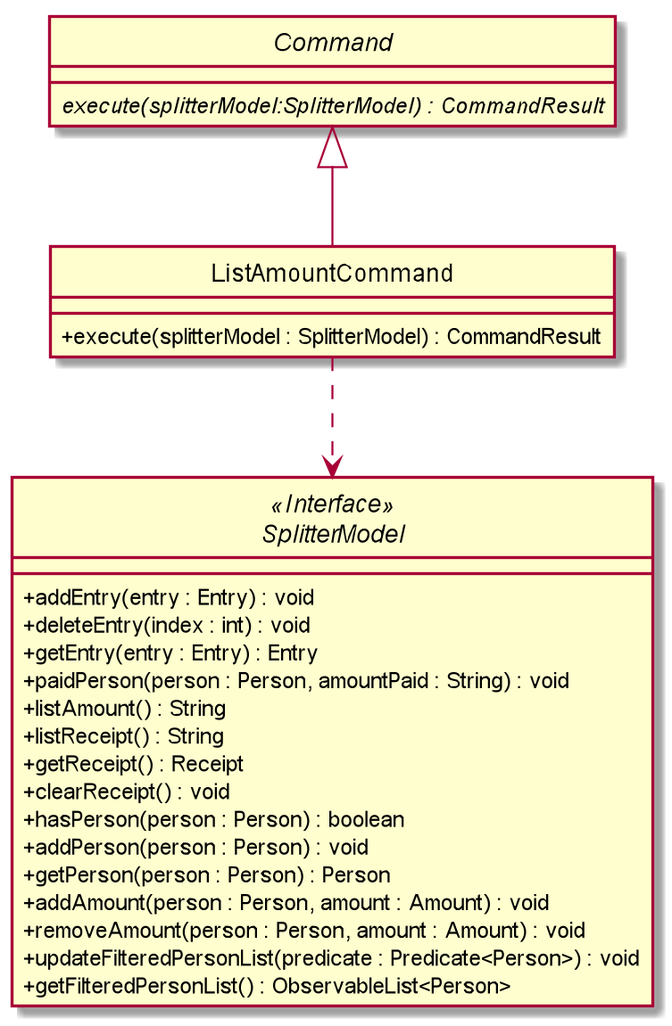
AY1920S2-CS2103T-W13-1/main keeps this PlantUML diagram as images/ExpenseSplitterListAmountCommandClassDiagram.png. Above is the earlier version.
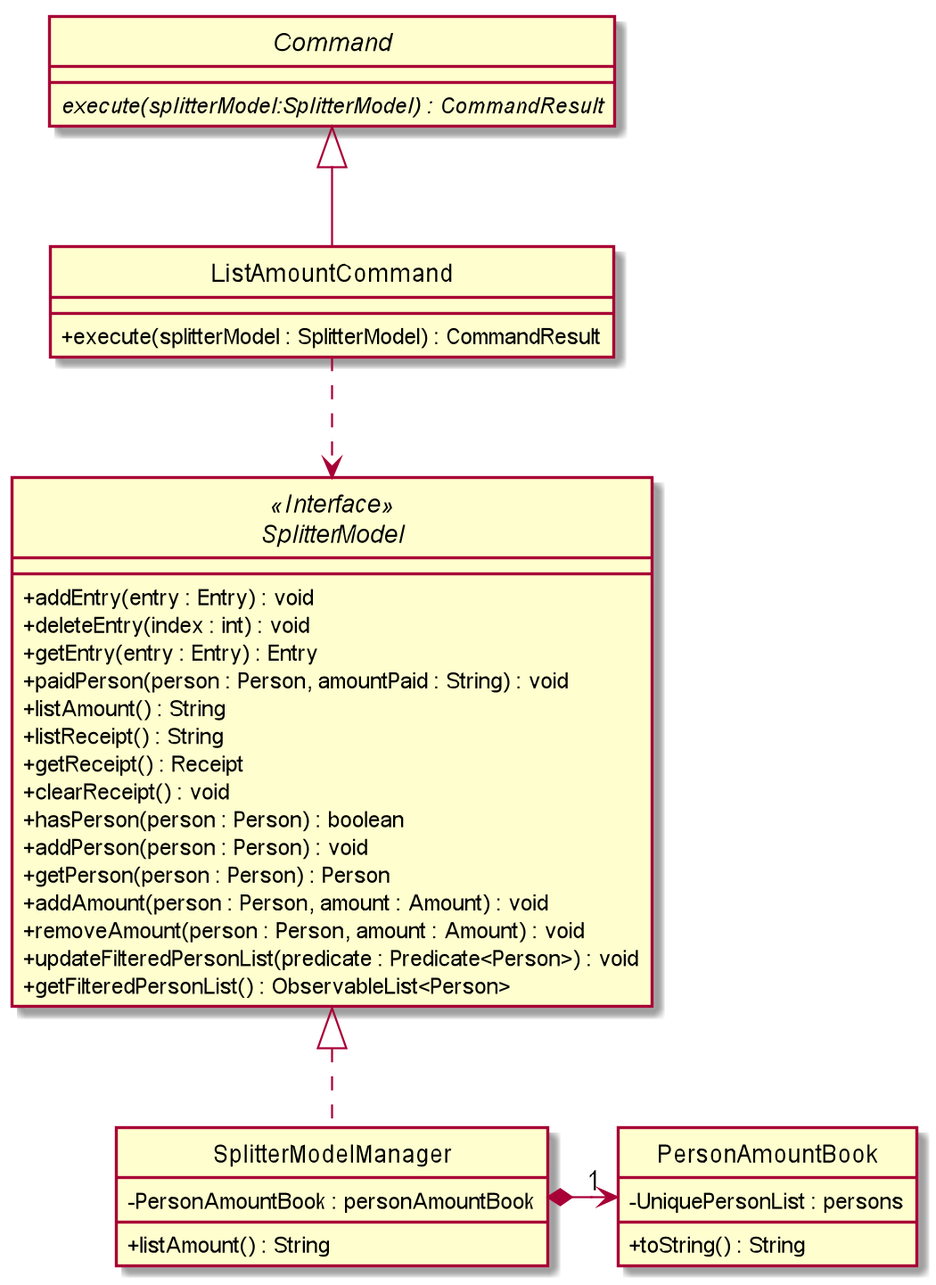
The same diagram one commit later.

The edit, as a diff of the source:
```diff
@@ -32,13 +32,25 @@
     + updateFilteredPersonList(predicate : Predicate<Person>) : void
     + getFilteredPersonList() : ObservableList<Person>
 
+}
 
+class SplitterModelManager implements SplitterModel {
+    - PersonAmountBook : personAmountBook
+
+    + listAmount() : String
+}
+
+class PersonAmountBook {
+    - UniquePersonList : persons
+
+    + toString() : String
 }
 
 
 
 
 ListAmountCommand ..> SplitterModel
+SplitterModelManager *-right->"1" PersonAmountBook
 
 
 @enduml
```
